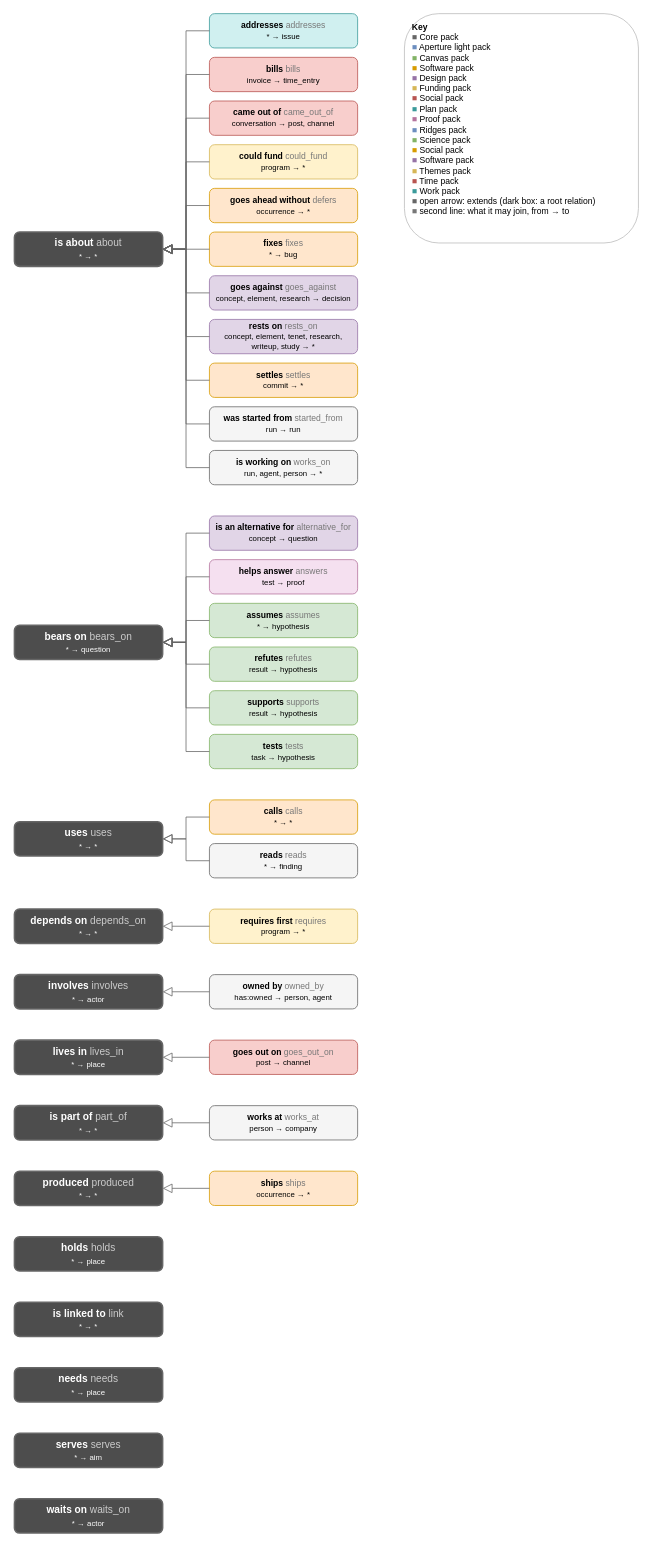
AlexReiner98/archipelago keeps this draw.io diagram as page "Types: relations" (2 of 3) of docs/diagrams/types.drawio. Above is the earlier version. Source tidied: cells renumbered, new cells numbered last; positions are measured from the earlier drawing's top-left corner, leaving out a move shared by most shapes. Both pictures are drawn from the tidied source at 78%, with x=0, y=0 at pixel (14, 13).
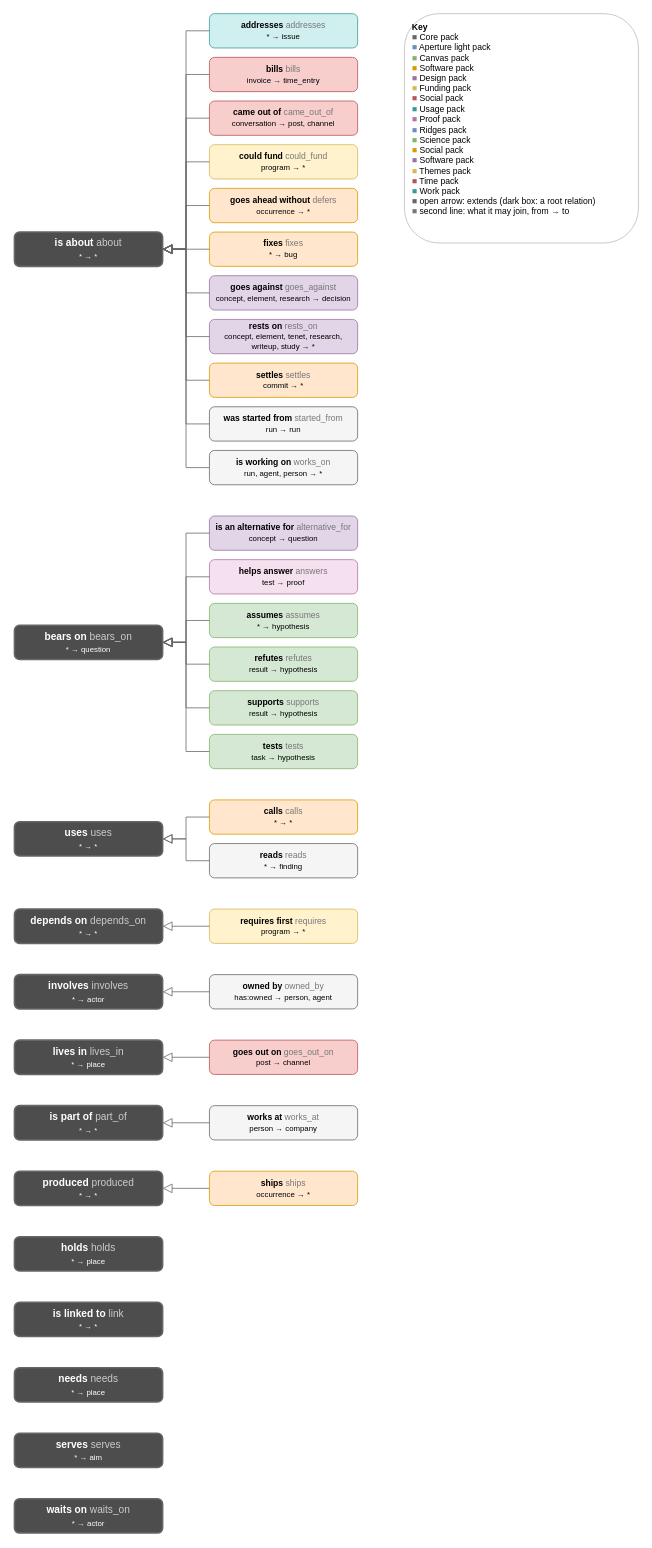
The same diagram, later.

Change to the diagram source:
```diff
@@
-    <mxCell id="39" value="&lt;b&gt;Key&lt;/b&gt;&lt;br&gt;&lt;font color=&quot;#666666&quot;&gt;■&lt;/font&gt; Core pack&lt;br&gt;&lt;font color=&quot;#6c8ebf&quot;&gt;■&lt;/font&gt; Aperture light pack&lt;br&gt;&lt;font color=&quot;#82b366&quot;&gt;■&lt;/font&gt; Canvas pack&lt;br&gt;&lt;font color=&quot;#d79b00&quot;&gt;■&lt;/font&gt; Software pack&lt;br&gt;&lt;font color=&quot;#9673a6&quot;&gt;■&lt;/font&gt; Design pack&lt;br&gt;&lt;font color=&quot;#d6b656&quot;&gt;■&lt;/font&gt; Funding pack&lt;br&gt;&lt;font color=&quot;#b85450&quot;&gt;■&lt;/font&gt; Social pack&lt;br&gt;&lt;font color=&quot;#3a9a9a&quot;&gt;■&lt;/font&gt; Plan pack&lt;br&gt;&lt;font color=&quot;#b5739d&quot;&gt;■&lt;/font&gt; Proof pack&lt;br&gt;&lt;font color=&quot;#6c8ebf&quot;&gt;■&lt;/font&gt; Ridges pack&lt;br&gt;&lt;font color=&quot;#82b366&quot;&gt;■&lt;/font&gt; Science pack&lt;br&gt;&lt;font color=&quot;#d79b00&quot;&gt;■&lt;/font&gt; Social pack&lt;br&gt;&lt;font color=&quot;#9673a6&quot;&gt;■&lt;/font&gt; Software pack&lt;br&gt;&lt;font color=&quot;#d6b656&quot;&gt;■&lt;/font&gt; Themes pack&lt;br&gt;&lt;font color=&quot;#b85450&quot;&gt;■&lt;/font&gt; Time pack&lt;br&gt;&lt;font color=&quot;#3a9a9a&quot;&gt;■&lt;/font&gt; Work pack&lt;br&gt;&lt;font color=&quot;#666666&quot;&gt;■&lt;/font&gt; open arrow: extends (dark box: a root relation)&lt;br&gt;&lt;font color=&quot;#777777&quot;&gt;■&lt;/font&gt; second line: what it may join, from → to" style="rounded=1;html=1;whiteSpace=wrap;align=left;verticalAlign=top;spacingLeft=8;spacingTop=4;fillColor=#ffffff;strokeColor=#bbbbbb;fontSize=11;" parent="1" vertex="1">
+    <mxCell id="39" value="&lt;b&gt;Key&lt;/b&gt;&lt;br&gt;&lt;font color=&quot;#666666&quot;&gt;■&lt;/font&gt; Core pack&lt;br&gt;&lt;font color=&quot;#6c8ebf&quot;&gt;■&lt;/font&gt; Aperture light pack&lt;br&gt;&lt;font color=&quot;#82b366&quot;&gt;■&lt;/font&gt; Canvas pack&lt;br&gt;&lt;font color=&quot;#d79b00&quot;&gt;■&lt;/font&gt; Software pack&lt;br&gt;&lt;font color=&quot;#9673a6&quot;&gt;■&lt;/font&gt; Design pack&lt;br&gt;&lt;font color=&quot;#d6b656&quot;&gt;■&lt;/font&gt; Funding pack&lt;br&gt;&lt;font color=&quot;#b85450&quot;&gt;■&lt;/font&gt; Social pack&lt;br&gt;&lt;font color=&quot;#3a9a9a&quot;&gt;■&lt;/font&gt; Usage pack&lt;br&gt;&lt;font color=&quot;#b5739d&quot;&gt;■&lt;/font&gt; Proof pack&lt;br&gt;&lt;font color=&quot;#6c8ebf&quot;&gt;■&lt;/font&gt; Ridges pack&lt;br&gt;&lt;font color=&quot;#82b366&quot;&gt;■&lt;/font&gt; Science pack&lt;br&gt;&lt;font color=&quot;#d79b00&quot;&gt;■&lt;/font&gt; Social pack&lt;br&gt;&lt;font color=&quot;#9673a6&quot;&gt;■&lt;/font&gt; Software pack&lt;br&gt;&lt;font color=&quot;#d6b656&quot;&gt;■&lt;/font&gt; Themes pack&lt;br&gt;&lt;font color=&quot;#b85450&quot;&gt;■&lt;/font&gt; Time pack&lt;br&gt;&lt;font color=&quot;#3a9a9a&quot;&gt;■&lt;/font&gt; Work pack&lt;br&gt;&lt;font color=&quot;#666666&quot;&gt;■&lt;/font&gt; open arrow: extends (dark box: a root relation)&lt;br&gt;&lt;font color=&quot;#777777&quot;&gt;■&lt;/font&gt; second line: what it may join, from → to" style="rounded=1;html=1;whiteSpace=wrap;align=left;verticalAlign=top;spacingLeft=8;spacingTop=4;fillColor=#ffffff;strokeColor=#bbbbbb;fontSize=11;" parent="1" vertex="1">
       <mxGeometry x="500" width="300" height="294" as="geometry" />
     </mxCell>
```
